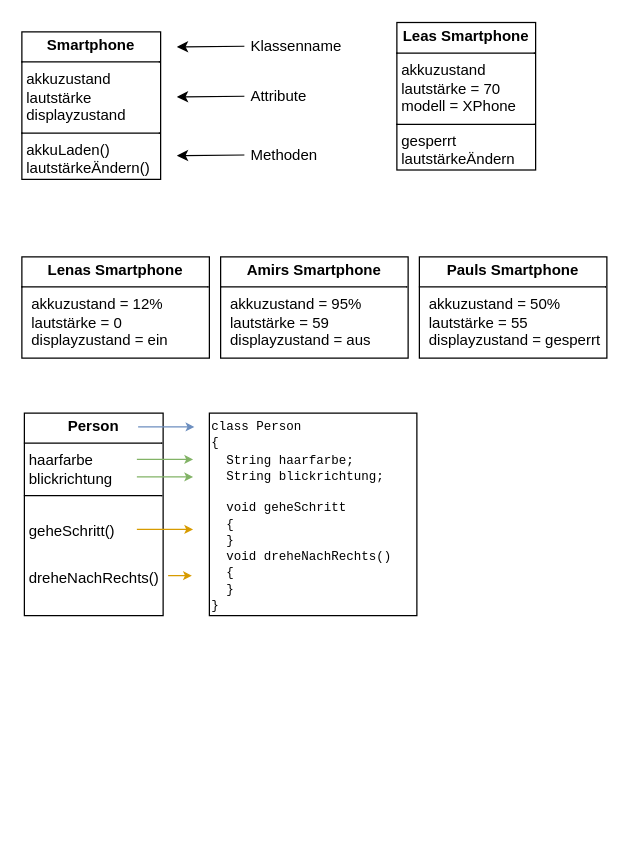
Earlier version of the draw.io diagram Inf9.drawio (JoernWVSG/diagram). Source tidied: cells renumbered, new cells numbered last; positions are measured from the earlier drawing's top-left corner, leaving out a move shared by most shapes. Both pictures are drawn from the tidied source at 125%, with x=0, y=0 at pixel (21, 21).
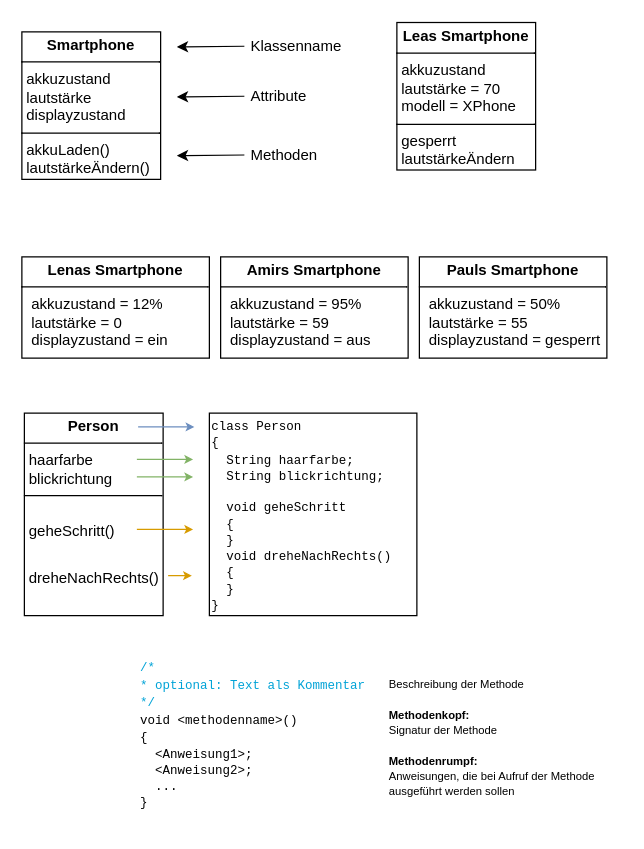
Above is the later version.

Change to the diagram source:
```diff
@@
+    <mxCell id="20" value="&lt;div style=&quot;line-height: 100%;&quot;&gt;&lt;div&gt;&lt;span style=&quot;font-size: 10px; font-family: &amp;quot;Courier New&amp;quot;; color: light-dark(rgb(0, 163, 215), rgb(237, 237, 237));&quot;&gt;/*&lt;/span&gt;&lt;/div&gt;&lt;div&gt;&lt;span style=&quot;font-size: 10px; font-family: &amp;quot;Courier New&amp;quot;; color: light-dark(rgb(0, 163, 215), rgb(237, 237, 237));&quot;&gt;* optional: Text als Kommentar&lt;/span&gt;&lt;/div&gt;&lt;div&gt;&lt;span style=&quot;font-size: 10px; font-family: &amp;quot;Courier New&amp;quot;; color: light-dark(rgb(0, 163, 215), rgb(237, 237, 237));&quot;&gt;*/&lt;/span&gt;&lt;/div&gt;&lt;div&gt;&lt;span style=&quot;font-size: 10px; font-family: &amp;quot;Courier New&amp;quot;;&quot;&gt;void &amp;lt;methodenname&amp;gt;()&lt;/span&gt;&lt;br&gt;&lt;/div&gt;&lt;div&gt;&lt;div&gt;&lt;font face=&quot;Courier New&quot; style=&quot;font-size: 10px; line-height: 100%;&quot;&gt;{&lt;/font&gt;&lt;/div&gt;&lt;div&gt;&lt;font face=&quot;Courier New&quot; style=&quot;font-size: 10px; line-height: 100%;&quot;&gt;&amp;nbsp; &amp;lt;Anweisung1&amp;gt;;&lt;/font&gt;&lt;/div&gt;&lt;div&gt;&lt;font face=&quot;Courier New&quot; style=&quot;font-size: 10px; line-height: 100%; white-space: pre;&quot;&gt;&amp;nbsp; &amp;lt;Anweisung2&amp;gt;;&lt;/font&gt;&lt;/div&gt;&lt;div&gt;&lt;font face=&quot;Courier New&quot; style=&quot;font-size: 10px; line-height: 100%; white-space: pre;&quot;&gt;  ...&lt;/font&gt;&lt;/div&gt;&lt;div&gt;&lt;font face=&quot;Courier New&quot; style=&quot;font-size: 10px; line-height: 100%;&quot;&gt;}&lt;/font&gt;&lt;/div&gt;&lt;div&gt;&lt;br&gt;&lt;/div&gt;&lt;/div&gt;&lt;/div&gt;" style="rounded=0;whiteSpace=wrap;html=1;align=left;strokeColor=none;" parent="1" vertex="1">
+      <mxGeometry x="93" y="506" width="189" height="139" as="geometry" />
+    </mxCell>
+    <mxCell id="21" value="&lt;div style=&quot;line-height: 100%;&quot;&gt;&lt;div&gt;&lt;font style=&quot;font-size: 9px; line-height: 100%;&quot;&gt;Beschreibung der Methode&lt;/font&gt;&lt;/div&gt;&lt;div&gt;&lt;font style=&quot;font-size: 9px;&quot;&gt;&lt;br&gt;&lt;/font&gt;&lt;/div&gt;&lt;div&gt;&lt;font style=&quot;font-size: 9px; line-height: 100%;&quot;&gt;&lt;b&gt;Methodenkopf:&amp;nbsp;&lt;/b&gt;&lt;/font&gt;&lt;/div&gt;&lt;div&gt;&lt;font style=&quot;font-size: 9px; line-height: 100%;&quot;&gt;Signatur der Methode&lt;/font&gt;&lt;/div&gt;&lt;div&gt;&lt;font style=&quot;font-size: 9px;&quot;&gt;&lt;br&gt;&lt;/font&gt;&lt;/div&gt;&lt;div&gt;&lt;font style=&quot;font-size: 9px; line-height: 100%;&quot;&gt;&lt;b&gt;Methodenrumpf:&lt;/b&gt;&lt;/font&gt;&lt;/div&gt;&lt;div&gt;&lt;font style=&quot;font-size: 9px; line-height: 100%;&quot;&gt;Anweisungen, die bei Aufruf der Methode ausgeführt werden sollen&lt;/font&gt;&lt;/div&gt;&lt;div&gt;&lt;div&gt;&lt;br&gt;&lt;/div&gt;&lt;/div&gt;&lt;/div&gt;" style="rounded=0;whiteSpace=wrap;html=1;align=left;strokeColor=none;" parent="1" vertex="1">
+      <mxGeometry x="291.5" y="524" width="189" height="105" as="geometry" />
+    </mxCell>
```
